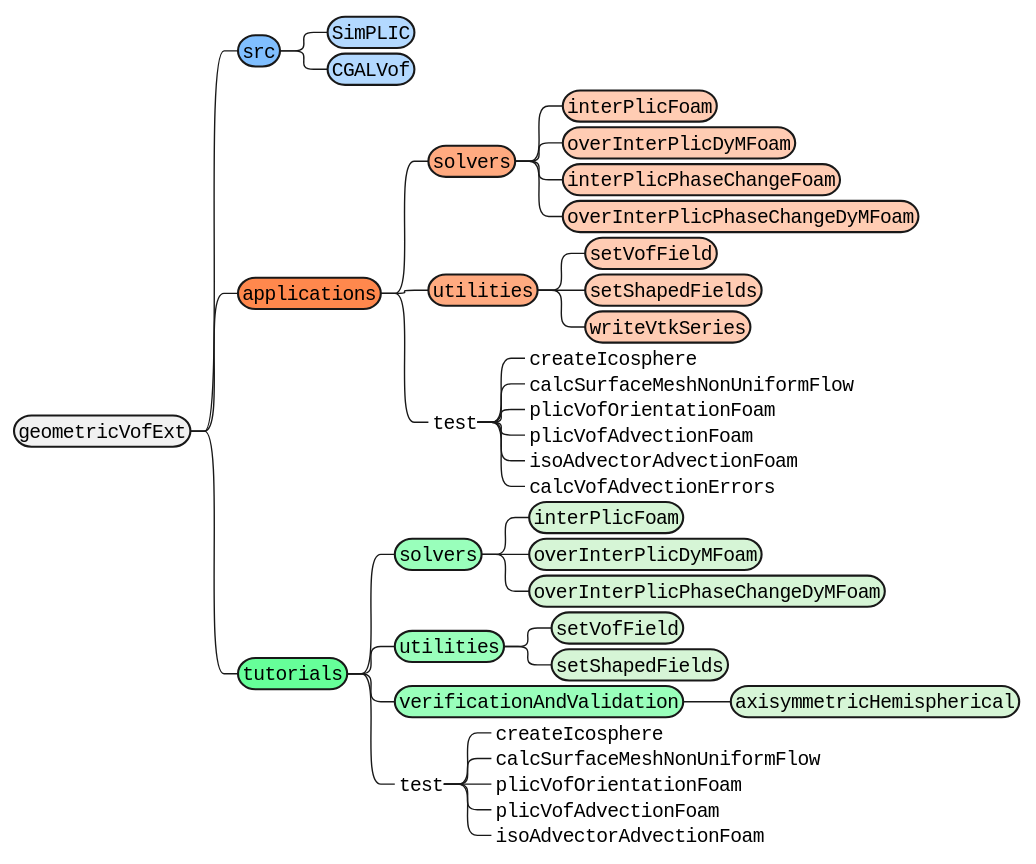
daidezhi/geometricVofExt keeps this PlantUML diagram as images/geometricVofExtStructure.svg. Above is the earlier version.
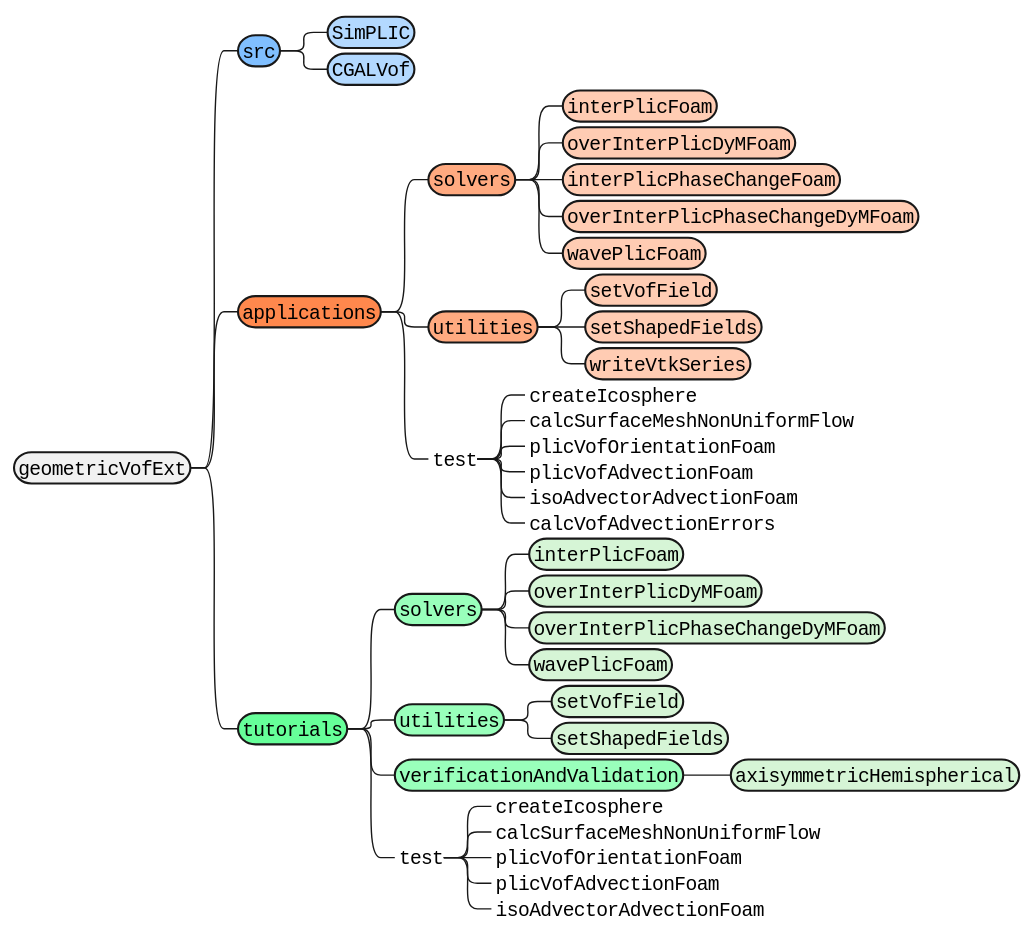
Above is the later version.

What changed in the source:
```diff
@@ -48,6 +48,7 @@
 ++++ ""overInterPlicDyMFoam"" <<llightorange>>
 ++++ ""interPlicPhaseChangeFoam"" <<llightorange>>
 ++++ ""overInterPlicPhaseChangeDyMFoam"" <<llightorange>>
+++++ ""wavePlicFoam"" <<llightorange>>
 +++ ""utilities"" <<lightorange>>
 ++++ ""setVofField"" <<llightorange>>
 ++++ ""setShapedFields"" <<llightorange>>
@@ -64,6 +65,7 @@
 ++++ ""interPlicFoam"" <<llightgreen>>
 ++++ ""overInterPlicDyMFoam"" <<llightgreen>>
 ++++ ""overInterPlicPhaseChangeDyMFoam"" <<llightgreen>>
+++++ ""wavePlicFoam"" <<llightgreen>>
 +++ ""utilities"" <<lightgreen>>
 ++++ ""setVofField"" <<llightgreen>>
 ++++ ""setShapedFields"" <<llightgreen>>
```
